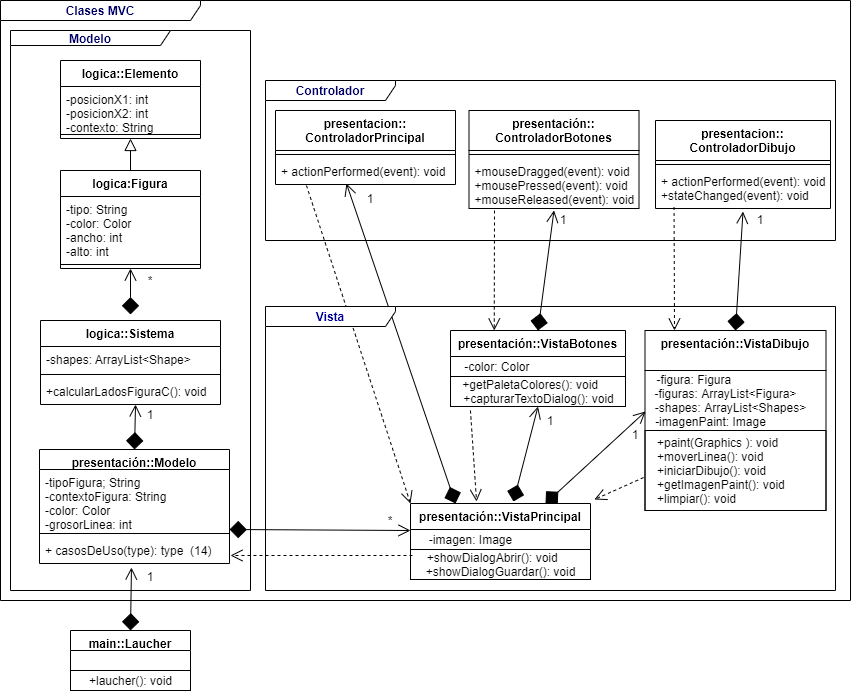
willfs144/Paint keeps this draw.io diagram as MVC2 .png. Above is the earlier version. Source tidied: cells renumbered, new cells last; positions are measured from the earlier drawing's top-left corner, leaving out a move shared by most shapes.
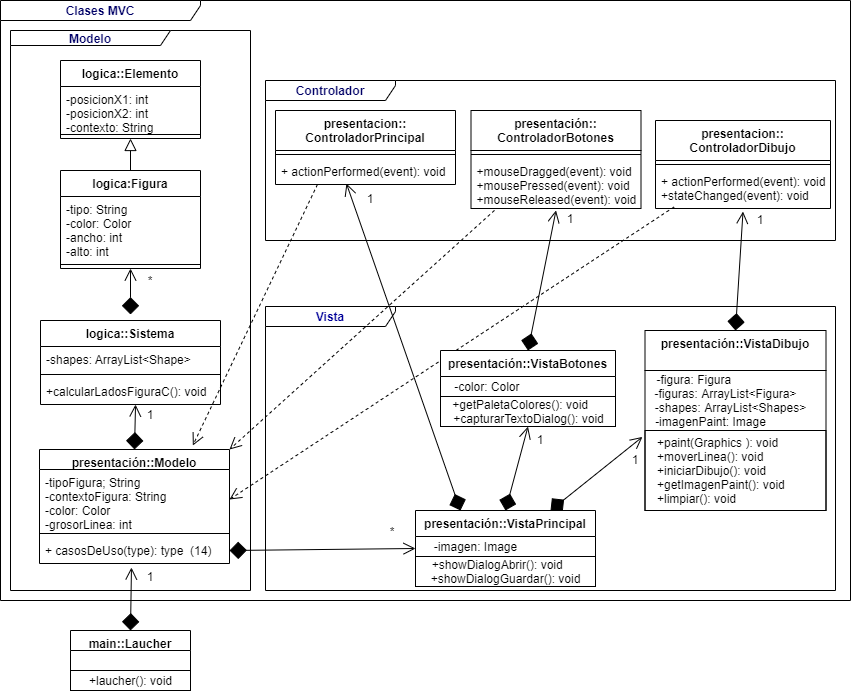
Above is the later version.

The edit, as a diff of the source:
```diff
@@ -5,22 +5,28 @@
     <mxCell id="2" value="&lt;font color=&quot;#000066&quot;&gt;&lt;b&gt;Clases MVC&lt;/b&gt;&lt;/font&gt;" style="shape=umlFrame;whiteSpace=wrap;html=1;strokeColor=#000000;width=200;height=20;" parent="1" vertex="1">
       <mxGeometry width="850" height="600" as="geometry" />
     </mxCell>
+    <mxCell id="65" value="&lt;font color=&quot;#000099&quot;&gt;&lt;b&gt;Vista&lt;/b&gt;&lt;/font&gt;" style="shape=umlFrame;whiteSpace=wrap;html=1;strokeColor=#000000;width=130;height=20;" parent="1" vertex="1">
+      <mxGeometry x="265" y="306" width="570" height="284" as="geometry" />
+    </mxCell>
+    <mxCell id="63" value="&lt;font color=&quot;#000066&quot;&gt;&lt;b&gt;Modelo&lt;/b&gt;&lt;/font&gt;" style="shape=umlFrame;whiteSpace=wrap;html=1;strokeColor=#000000;width=160;height=15;" parent="1" vertex="1">
+      <mxGeometry x="10" y="30" width="240" height="560" as="geometry" />
+    </mxCell>
     <mxCell id="3" style="edgeStyle=none;rounded=0;jettySize=auto;html=1;entryX=0.394;entryY=0.962;entryDx=0;entryDy=0;startArrow=diamond;startFill=1;startSize=15;sourcePerimeterSpacing=6;endArrow=open;endFill=0;endSize=10;targetPerimeterSpacing=4;strokeWidth=1;entryPerimeter=0;exitX=0.25;exitY=0;exitDx=0;exitDy=0;" parent="1" edge="1" source="60" target="20">
       <mxGeometry relative="1" as="geometry" />
     </mxCell>
-    <mxCell id="4" style="edgeStyle=none;rounded=0;jettySize=auto;html=1;dashed=1;startArrow=none;startFill=0;startSize=15;sourcePerimeterSpacing=6;endArrow=open;endFill=0;endSize=10;targetPerimeterSpacing=4;strokeWidth=1;entryX=0.163;entryY=0;entryDx=0;entryDy=0;exitX=0.106;exitY=0.962;exitDx=0;exitDy=0;exitPerimeter=0;entryPerimeter=0;" parent="1" edge="1" source="17" target="21">
-      <mxGeometry relative="1" as="geometry" />
-    </mxCell>
+    <mxCell id="66" style="edgeStyle=none;rounded=0;jettySize=auto;html=1;dashed=1;startArrow=none;startFill=0;startSize=15;sourcePerimeterSpacing=6;endArrow=open;endFill=0;endSize=10;targetPerimeterSpacing=4;strokeWidth=1;entryX=1;entryY=0.5;entryDx=0;entryDy=0;exitX=0.106;exitY=0.962;exitDx=0;exitDy=0;exitPerimeter=0;" parent="1" edge="1" source="17" target="35">
+      <mxGeometry relative="1" as="geometry" />
+    </mxCell>
     <mxCell id="5" style="edgeStyle=none;rounded=0;jettySize=auto;html=1;exitX=0.5;exitY=0;exitDx=0;exitDy=0;startArrow=none;startFill=0;startSize=15;sourcePerimeterSpacing=6;endArrow=block;endFill=0;endSize=10;targetPerimeterSpacing=4;strokeWidth=1;entryX=0.5;entryY=1;entryDx=0;entryDy=0;" parent="1" edge="1" source="27" target="24">
       <mxGeometry relative="1" as="geometry" />
     </mxCell>
     <mxCell id="6" style="edgeStyle=none;rounded=0;jettySize=auto;html=1;startArrow=diamond;startFill=1;startSize=15;sourcePerimeterSpacing=6;endArrow=open;endFill=0;endSize=10;targetPerimeterSpacing=4;strokeWidth=1;entryX=0.5;entryY=1;entryDx=0;entryDy=0;" parent="1" edge="1" source="30" target="27">
       <mxGeometry relative="1" as="geometry" />
     </mxCell>
-    <mxCell id="7" style="edgeStyle=none;rounded=0;jettySize=auto;html=1;startArrow=diamond;startFill=1;startSize=15;sourcePerimeterSpacing=6;endArrow=open;endFill=0;endSize=10;targetPerimeterSpacing=4;strokeWidth=1;entryX=0.003;entryY=0.683;entryDx=0;entryDy=0;exitX=0.75;exitY=0;exitDx=0;exitDy=0;entryPerimeter=0;" parent="1" edge="1" source="60" target="22">
-      <mxGeometry relative="1" as="geometry" />
-    </mxCell>
+    <mxCell id="67" style="edgeStyle=none;rounded=0;jettySize=auto;html=1;startArrow=diamond;startFill=1;startSize=15;sourcePerimeterSpacing=6;endArrow=open;endFill=0;endSize=10;targetPerimeterSpacing=4;strokeWidth=1;entryX=-0.014;entryY=0.08;entryDx=0;entryDy=0;exitX=0.75;exitY=0;exitDx=0;exitDy=0;entryPerimeter=0;" parent="1" edge="1" source="60" target="23">
+      <mxGeometry relative="1" as="geometry" />
+    </mxCell>
-    <mxCell id="8" style="rounded=0;jettySize=auto;html=1;strokeWidth=1;endFill=0;endArrow=open;endSize=10;targetPerimeterSpacing=4;startFill=1;startArrow=diamond;startSize=15;sourcePerimeterSpacing=6;entryX=0.5;entryY=1;entryDx=0;entryDy=0;exitX=0.572;exitY=-0.026;exitDx=0;exitDy=0;exitPerimeter=0;" parent="1" edge="1" source="60" target="57">
+    <mxCell id="8" style="rounded=0;jettySize=auto;html=1;strokeWidth=1;endFill=0;endArrow=open;endSize=10;targetPerimeterSpacing=4;startFill=1;startArrow=diamond;startSize=15;sourcePerimeterSpacing=6;entryX=0.5;entryY=1;entryDx=0;entryDy=0;exitX=0.5;exitY=0;exitDx=0;exitDy=0;" parent="1" edge="1" source="60" target="57">
       <mxGeometry relative="1" as="geometry" />
     </mxCell>
     <mxCell id="9" style="edgeStyle=none;rounded=0;jettySize=auto;html=1;exitX=0.5;exitY=0;exitDx=0;exitDy=0;entryX=0.5;entryY=1.038;entryDx=0;entryDy=0;entryPerimeter=0;strokeWidth=1;endFill=0;endArrow=open;endSize=10;targetPerimeterSpacing=4;startFill=1;startArrow=diamond;startSize=15;sourcePerimeterSpacing=6;" parent="1" edge="1" source="57" target="40">
@@ -29,18 +35,21 @@
     <mxCell id="10" style="edgeStyle=none;rounded=0;jettySize=auto;html=1;exitX=0.5;exitY=0;exitDx=0;exitDy=0;entryX=0.5;entryY=1.077;entryDx=0;entryDy=0;entryPerimeter=0;strokeWidth=1;endFill=0;endArrow=open;endSize=10;targetPerimeterSpacing=4;startFill=1;startArrow=diamond;startSize=15;sourcePerimeterSpacing=6;" parent="1" edge="1" source="21" target="17">
       <mxGeometry relative="1" as="geometry" />
     </mxCell>
-    <mxCell id="11" style="edgeStyle=none;rounded=0;jettySize=auto;html=1;exitX=1;exitY=1;exitDx=0;exitDy=0;entryX=1;entryY=1;entryDx=0;entryDy=0;strokeWidth=1;endFill=0;endArrow=open;endSize=10;targetPerimeterSpacing=4;startFill=1;startArrow=diamond;startSize=15;sourcePerimeterSpacing=6;exitPerimeter=0;" parent="1" edge="1" source="35" target="43">
-      <mxGeometry relative="1" as="geometry" />
-    </mxCell>
+    <mxCell id="68" style="edgeStyle=none;rounded=0;jettySize=auto;html=1;exitX=1;exitY=0.5;exitDx=0;exitDy=0;entryX=0;entryY=0.5;entryDx=0;entryDy=0;strokeWidth=1;endFill=0;endArrow=open;endSize=10;targetPerimeterSpacing=4;startFill=1;startArrow=diamond;startSize=15;sourcePerimeterSpacing=6;" parent="1" edge="1" source="37" target="60">
+      <mxGeometry relative="1" as="geometry" />
+    </mxCell>
     <mxCell id="12" style="edgeStyle=none;rounded=0;jettySize=auto;html=1;startArrow=diamond;startFill=1;startSize=15;sourcePerimeterSpacing=6;endArrow=open;endFill=0;endSize=10;targetPerimeterSpacing=4;strokeWidth=1;entryX=0.528;entryY=1;entryDx=0;entryDy=0;entryPerimeter=0;exitX=0.5;exitY=0;exitDx=0;exitDy=0;" parent="1" edge="1" source="34" target="33">
       <mxGeometry relative="1" as="geometry" />
     </mxCell>
-    <mxCell id="13" style="edgeStyle=none;rounded=0;jettySize=auto;html=1;dashed=1;startArrow=none;startFill=0;startSize=15;sourcePerimeterSpacing=6;endArrow=open;endFill=0;endSize=10;targetPerimeterSpacing=4;strokeWidth=1;entryX=0.25;entryY=0;entryDx=0;entryDy=0;exitX=0.15;exitY=1.04;exitDx=0;exitDy=0;exitPerimeter=0;" parent="1" edge="1" source="40" target="57">
-      <mxGeometry relative="1" as="geometry" />
-    </mxCell>
-    <mxCell id="14" style="edgeStyle=none;rounded=0;jettySize=auto;html=1;dashed=1;startArrow=none;startFill=0;startSize=15;sourcePerimeterSpacing=6;endArrow=open;endFill=0;endSize=10;targetPerimeterSpacing=4;strokeWidth=1;entryX=0;entryY=0;entryDx=0;entryDy=0;exitX=0.172;exitY=1.038;exitDx=0;exitDy=0;exitPerimeter=0;" parent="1" edge="1" source="20" target="60">
-      <mxGeometry relative="1" as="geometry" />
-    </mxCell>
+    <mxCell id="69" style="edgeStyle=none;rounded=0;jettySize=auto;html=1;dashed=1;startArrow=none;startFill=0;startSize=15;sourcePerimeterSpacing=6;endArrow=open;endFill=0;endSize=10;targetPerimeterSpacing=4;strokeWidth=1;entryX=1;entryY=0;entryDx=0;entryDy=0;exitX=0.138;exitY=1.038;exitDx=0;exitDy=0;exitPerimeter=0;" parent="1" edge="1" source="40" target="34">
+      <mxGeometry relative="1" as="geometry" />
+    </mxCell>
+    <mxCell id="70" style="edgeStyle=none;rounded=0;jettySize=auto;html=1;dashed=1;startArrow=none;startFill=0;startSize=15;sourcePerimeterSpacing=6;endArrow=open;endFill=0;endSize=10;targetPerimeterSpacing=4;strokeWidth=1;entryX=0.807;entryY=-0.035;entryDx=0;entryDy=0;exitX=0.233;exitY=1;exitDx=0;exitDy=0;exitPerimeter=0;entryPerimeter=0;" parent="1" edge="1" source="20" target="34">
+      <mxGeometry relative="1" as="geometry" />
+    </mxCell>
+    <mxCell id="64" value="&lt;font color=&quot;#000066&quot;&gt;&lt;b&gt;Controlador&lt;/b&gt;&lt;/font&gt;" style="shape=umlFrame;whiteSpace=wrap;html=1;strokeColor=#000000;width=130;height=20;" parent="1" vertex="1">
+      <mxGeometry x="265" y="80" width="570" height="160" as="geometry" />
+    </mxCell>
     <mxCell id="15" value="presentacion::&#10;ControladorDibujo" style="swimlane;fontStyle=1;align=center;verticalAlign=top;horizontal=1;startSize=40;" parent="1" vertex="1">
       <mxGeometry x="655" y="120" width="175" height="88" as="geometry" />
     </mxCell>
@@ -68,6 +77,15 @@
     <mxCell id="23" value="&lt;div&gt;&lt;span&gt;&amp;nbsp; &amp;nbsp;+paint(Graphics ): void&amp;nbsp; &amp;nbsp;&amp;nbsp;&lt;/span&gt;&lt;/div&gt;&amp;nbsp; &amp;nbsp;+moverLinea(): void&lt;br&gt;&amp;nbsp; &amp;nbsp;+iniciarDibujo(): void&lt;br&gt;&amp;nbsp; &amp;nbsp;+getImagenPaint(): void&lt;br&gt;&amp;nbsp; &amp;nbsp;+limpiar(): void" style="text;html=1;align=left;verticalAlign=middle;points=[];strokeColor=#000000;" parent="21" vertex="1">
       <mxGeometry y="100" width="181" height="80" as="geometry" />
     </mxCell>
+    <mxCell id="60" value="presentación::VistaPrincipal" style="swimlane;fontStyle=1;align=center;verticalAlign=top;horizontal=1;startSize=26;" parent="1" vertex="1">
+      <mxGeometry x="415" y="510" width="180" height="76" as="geometry" />
+    </mxCell>
+    <mxCell id="61" value="&amp;nbsp; -imagen: Image&amp;nbsp; &amp;nbsp; &amp;nbsp; &amp;nbsp; &amp;nbsp; &amp;nbsp; &amp;nbsp; &amp;nbsp; &amp;nbsp; &amp;nbsp;&amp;nbsp;" style="text;html=1;align=center;verticalAlign=middle;" parent="60" vertex="1">
+      <mxGeometry y="26" width="180" height="20" as="geometry" />
+    </mxCell>
+    <mxCell id="62" value="+showDialogAbrir(): void&amp;nbsp; &amp;nbsp; &amp;nbsp;&lt;br&gt;+showDialogGuardar(): void" style="text;html=1;align=center;verticalAlign=middle;points=[];strokeColor=#000000;" parent="60" vertex="1">
+      <mxGeometry y="46" width="180" height="30" as="geometry" />
+    </mxCell>
     <mxCell id="24" value="logica::Elemento" style="swimlane;fontStyle=1;align=center;verticalAlign=top;horizontal=1;startSize=26;" parent="1" vertex="1">
       <mxGeometry x="60" y="60" width="140" height="78" as="geometry" />
     </mxCell>
@@ -111,7 +129,7 @@
       <mxGeometry y="88" width="190" height="26" as="geometry" />
     </mxCell>
     <mxCell id="38" value="presentación::&#10;ControladorBotones" style="swimlane;fontStyle=1;align=center;verticalAlign=top;horizontal=1;startSize=40;" parent="1" vertex="1">
-      <mxGeometry x="468.5" y="110" width="170" height="98" as="geometry" />
+      <mxGeometry x="470.5" y="110" width="170" height="98" as="geometry" />
     </mxCell>
     <mxCell id="39" style="line;strokeWidth=1;fillColor=none;align=left;verticalAlign=middle;spacingTop=-1;spacingLeft=3;spacingRight=3;labelPosition=right;" parent="38" vertex="1">
       <mxGeometry y="40" width="170" height="8" as="geometry" />
@@ -119,24 +137,33 @@
     <mxCell id="40" value="+mouseDragged(event): void&#10;+mousePressed(event): void&#10;+mouseReleased(event): void&#10;" style="text;strokeColor=none;fillColor=none;align=left;verticalAlign=top;spacingLeft=4;spacingRight=4;overflow=hidden;points=[[0,0.5],[1,0.5]];portConstraint=eastwest;" parent="38" vertex="1">
       <mxGeometry y="48" width="170" height="50" as="geometry" />
     </mxCell>
+    <mxCell id="57" value="presentación::VistaBotones" style="swimlane;fontStyle=1;align=center;verticalAlign=top;horizontal=1;startSize=26;" parent="1" vertex="1">
+      <mxGeometry x="440" y="350" width="175" height="76" as="geometry" />
+    </mxCell>
+    <mxCell id="58" value="&amp;nbsp; -color: Color&amp;nbsp; &amp;nbsp; &amp;nbsp; &amp;nbsp; &amp;nbsp; &amp;nbsp; &amp;nbsp; &amp;nbsp; &amp;nbsp; &amp;nbsp; &amp;nbsp; &amp;nbsp; &amp;nbsp; &amp;nbsp;" style="text;html=1;align=center;verticalAlign=middle;" parent="57" vertex="1">
+      <mxGeometry y="26" width="175" height="20" as="geometry" />
+    </mxCell>
+    <mxCell id="59" value="+getPaletaColores(): void&amp;nbsp; &amp;nbsp; &amp;nbsp;&lt;br&gt;+capturarTextoDialog(): void" style="text;html=1;align=center;verticalAlign=middle;points=[];strokeColor=#000000;" parent="57" vertex="1">
+      <mxGeometry y="46" width="175" height="30" as="geometry" />
+    </mxCell>
     <mxCell id="41" value="*" style="text;html=1;strokeColor=none;fillColor=none;align=center;verticalAlign=middle;whiteSpace=wrap;rounded=0;" parent="1" vertex="1">
       <mxGeometry x="130" y="270" width="40" height="20" as="geometry" />
     </mxCell>
     <mxCell id="42" value="1" style="text;html=1;strokeColor=none;fillColor=none;align=center;verticalAlign=middle;whiteSpace=wrap;rounded=0;" parent="1" vertex="1">
       <mxGeometry x="130" y="404" width="40" height="20" as="geometry" />
     </mxCell>
-    <mxCell id="43" value="*" style="text;html=1;strokeColor=none;fillColor=none;align=center;verticalAlign=middle;whiteSpace=wrap;rounded=0;" parent="1" vertex="1">
-      <mxGeometry x="370" y="510" width="40" height="20" as="geometry" />
-    </mxCell>
-    <mxCell id="44" value="1" style="text;html=1;strokeColor=none;fillColor=none;align=center;verticalAlign=middle;whiteSpace=wrap;rounded=0;" parent="1" vertex="1">
-      <mxGeometry x="530" y="410" width="40" height="20" as="geometry" />
-    </mxCell>
-    <mxCell id="45" value="1" style="text;html=1;strokeColor=none;fillColor=none;align=center;verticalAlign=middle;whiteSpace=wrap;rounded=0;" parent="1" vertex="1">
-      <mxGeometry x="615" y="424" width="40" height="20" as="geometry" />
-    </mxCell>
-    <mxCell id="46" value="1" style="text;html=1;strokeColor=none;fillColor=none;align=center;verticalAlign=middle;whiteSpace=wrap;rounded=0;" parent="1" vertex="1">
-      <mxGeometry x="543" y="209" width="40" height="20" as="geometry" />
-    </mxCell>
+    <mxCell id="71" value="1" style="text;html=1;strokeColor=none;fillColor=none;align=center;verticalAlign=middle;whiteSpace=wrap;rounded=0;" parent="1" vertex="1">
+      <mxGeometry x="370" y="520" width="40" height="20" as="geometry" />
+    </mxCell>
+    <mxCell id="72" value="1" style="text;html=1;strokeColor=none;fillColor=none;align=center;verticalAlign=middle;whiteSpace=wrap;rounded=0;" parent="1" vertex="1">
+      <mxGeometry x="520" y="429" width="40" height="20" as="geometry" />
+    </mxCell>
+    <mxCell id="73" value="1" style="text;html=1;strokeColor=none;fillColor=none;align=center;verticalAlign=middle;whiteSpace=wrap;rounded=0;" parent="1" vertex="1">
+      <mxGeometry x="615" y="449" width="40" height="20" as="geometry" />
+    </mxCell>
+    <mxCell id="74" value="1" style="text;html=1;strokeColor=none;fillColor=none;align=center;verticalAlign=middle;whiteSpace=wrap;rounded=0;" parent="1" vertex="1">
+      <mxGeometry x="550" y="208" width="40" height="20" as="geometry" />
+    </mxCell>
     <mxCell id="47" value="1" style="text;html=1;strokeColor=none;fillColor=none;align=center;verticalAlign=middle;whiteSpace=wrap;rounded=0;" parent="1" vertex="1">
       <mxGeometry x="740" y="209" width="40" height="20" as="geometry" />
     </mxCell>
@@ -158,43 +185,5 @@
     <mxCell id="53" value="+laucher(): void" style="text;html=1;align=center;verticalAlign=middle;strokeColor=#000000;" parent="51" vertex="1">
       <mxGeometry y="40" width="120" height="20" as="geometry" />
     </mxCell>
-    <mxCell id="54" style="edgeStyle=none;rounded=0;jettySize=auto;html=1;dashed=1;startArrow=none;startFill=0;startSize=15;sourcePerimeterSpacing=6;endArrow=open;endFill=0;endSize=10;targetPerimeterSpacing=4;strokeWidth=1;exitX=0.114;exitY=1.133;exitDx=0;exitDy=0;exitPerimeter=0;entryX=0.367;entryY=-0.026;entryDx=0;entryDy=0;entryPerimeter=0;" parent="1" edge="1" source="59" target="60">
-      <mxGeometry relative="1" as="geometry" />
-    </mxCell>
-    <mxCell id="55" style="edgeStyle=none;rounded=0;jettySize=auto;html=1;dashed=1;startArrow=none;startFill=0;startSize=15;sourcePerimeterSpacing=6;endArrow=open;endFill=0;endSize=10;targetPerimeterSpacing=4;strokeWidth=1;exitX=-0.008;exitY=0.588;exitDx=0;exitDy=0;exitPerimeter=0;" parent="1" edge="1" source="23" target="60">
-      <mxGeometry relative="1" as="geometry" />
-    </mxCell>
-    <mxCell id="56" style="edgeStyle=none;rounded=0;jettySize=auto;html=1;dashed=1;startArrow=none;startFill=0;startSize=15;sourcePerimeterSpacing=6;endArrow=open;endFill=0;endSize=10;targetPerimeterSpacing=4;strokeWidth=1;exitX=0.011;exitY=0.2;exitDx=0;exitDy=0;exitPerimeter=0;" parent="1" edge="1" source="62">
-      <mxGeometry relative="1" as="geometry">
-        <mxPoint x="230" y="555" as="targetPoint" />
-      </mxGeometry>
-    </mxCell>
-    <mxCell id="57" value="presentación::VistaBotones" style="swimlane;fontStyle=1;align=center;verticalAlign=top;horizontal=1;startSize=26;" parent="1" vertex="1">
-      <mxGeometry x="450" y="330" width="175" height="76" as="geometry" />
-    </mxCell>
-    <mxCell id="58" value="&amp;nbsp; -color: Color&amp;nbsp; &amp;nbsp; &amp;nbsp; &amp;nbsp; &amp;nbsp; &amp;nbsp; &amp;nbsp; &amp;nbsp; &amp;nbsp; &amp;nbsp; &amp;nbsp; &amp;nbsp; &amp;nbsp; &amp;nbsp;" style="text;html=1;align=center;verticalAlign=middle;" parent="57" vertex="1">
-      <mxGeometry y="26" width="175" height="20" as="geometry" />
-    </mxCell>
-    <mxCell id="59" value="+getPaletaColores(): void&amp;nbsp; &amp;nbsp; &amp;nbsp;&lt;br&gt;+capturarTextoDialog(): void" style="text;html=1;align=center;verticalAlign=middle;points=[];strokeColor=#000000;" parent="57" vertex="1">
-      <mxGeometry y="46" width="175" height="30" as="geometry" />
-    </mxCell>
-    <mxCell id="60" value="presentación::VistaPrincipal" style="swimlane;fontStyle=1;align=center;verticalAlign=top;horizontal=1;startSize=26;" parent="1" vertex="1">
-      <mxGeometry x="410" y="503" width="180" height="76" as="geometry" />
-    </mxCell>
-    <mxCell id="61" value="&amp;nbsp; -imagen: Image&amp;nbsp; &amp;nbsp; &amp;nbsp; &amp;nbsp; &amp;nbsp; &amp;nbsp; &amp;nbsp; &amp;nbsp; &amp;nbsp; &amp;nbsp;&amp;nbsp;" style="text;html=1;align=center;verticalAlign=middle;" parent="60" vertex="1">
-      <mxGeometry y="26" width="180" height="20" as="geometry" />
-    </mxCell>
-    <mxCell id="62" value="+showDialogAbrir(): void&amp;nbsp; &amp;nbsp; &amp;nbsp;&lt;br&gt;+showDialogGuardar(): void" style="text;html=1;align=center;verticalAlign=middle;points=[];strokeColor=#000000;" parent="60" vertex="1">
-      <mxGeometry y="46" width="180" height="30" as="geometry" />
-    </mxCell>
-    <mxCell id="63" value="&lt;font color=&quot;#000066&quot;&gt;&lt;b&gt;Modelo&lt;/b&gt;&lt;/font&gt;" style="shape=umlFrame;whiteSpace=wrap;html=1;strokeColor=#000000;width=160;height=15;" parent="1" vertex="1">
-      <mxGeometry x="10" y="30" width="240" height="560" as="geometry" />
-    </mxCell>
-    <mxCell id="64" value="&lt;font color=&quot;#000066&quot;&gt;&lt;b&gt;Controlador&lt;/b&gt;&lt;/font&gt;" style="shape=umlFrame;whiteSpace=wrap;html=1;strokeColor=#000000;width=130;height=20;" parent="1" vertex="1">
-      <mxGeometry x="265" y="80" width="570" height="160" as="geometry" />
-    </mxCell>
-    <mxCell id="65" value="&lt;font color=&quot;#000099&quot;&gt;&lt;b&gt;Vista&lt;/b&gt;&lt;/font&gt;" style="shape=umlFrame;whiteSpace=wrap;html=1;strokeColor=#000000;width=130;height=20;" parent="1" vertex="1">
-      <mxGeometry x="265" y="306" width="570" height="284" as="geometry" />
-    </mxCell>
   </root>
 </mxGraphModel>
```
